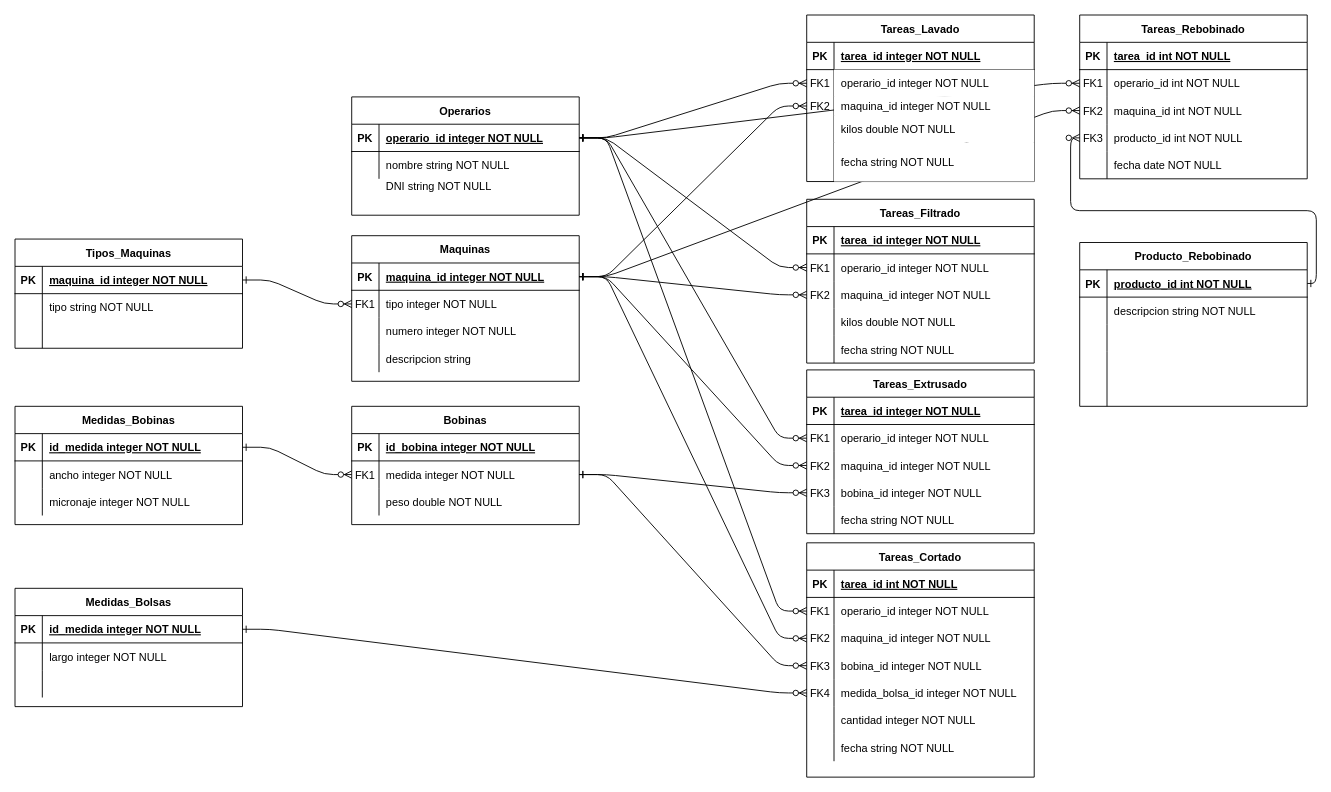
This is Bolsaco/Other/DBDiagram.drawio from maurocipo/Bolsaco, a draw.io file, before an edit. Source tidied: cells renumbered, new cells numbered last; positions are measured from the earlier drawing's top-left corner, leaving out a move shared by most shapes. Both pictures are drawn from the tidied source at 91%, with x=0, y=0 at pixel (15, 15).
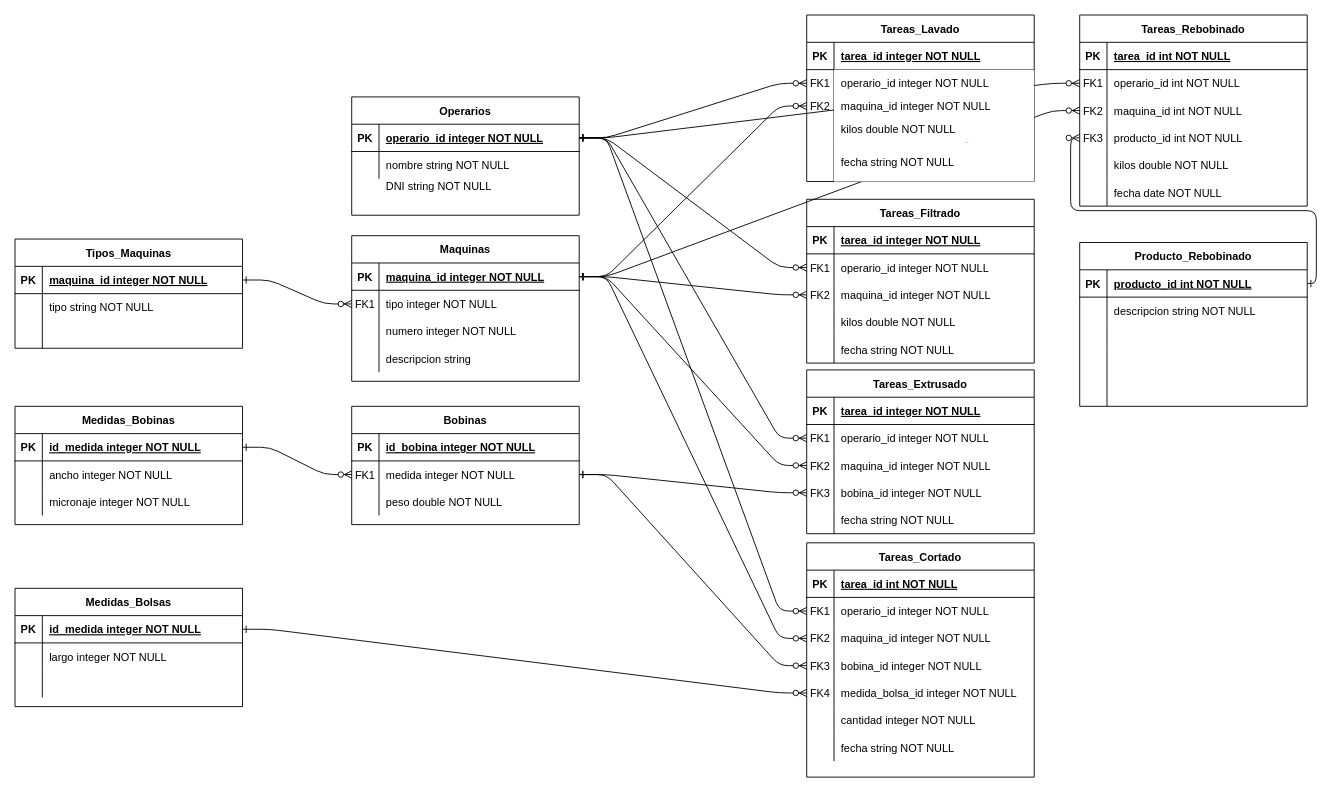
The same page after the edit.

The edit, as a diff of the source:
```diff
@@
     <mxCell id="120" value="Tareas_Rebobinado" style="shape=table;startSize=30;childLayout=tableLayout;rowLines=0;fontStyle=1;align=center;" parent="1" vertex="1">
-      <mxGeometry x="1170" width="250" height="180" as="geometry" />
+      <mxGeometry x="1170" width="250" height="210" as="geometry" />
     </mxCell>
@@
+    <mxCell id="183" style="shape=partialRectangle;fillColor=none;top=0;left=0;right=0;bottom=0;" parent="120" vertex="1">
+      <mxGeometry y="150" width="250" height="30" as="geometry" />
+    </mxCell>
+    <mxCell id="184" style="shape=partialRectangle;overflow=hidden;fillColor=none;top=0;left=0;bottom=0;right=0;" parent="183" vertex="1">
+      <mxGeometry width="30" height="30" as="geometry" />
+    </mxCell>
+    <mxCell id="185" value="kilos double NOT NULL" style="shape=partialRectangle;overflow=hidden;fillColor=none;top=0;left=0;bottom=0;right=0;align=left;spacingLeft=6;" parent="183" vertex="1">
+      <mxGeometry x="30" width="220" height="30" as="geometry" />
+    </mxCell>
     <mxCell id="133" style="shape=partialRectangle;fillColor=none;top=0;left=0;right=0;bottom=0;" parent="120" vertex="1">
-      <mxGeometry y="150" width="250" height="30" as="geometry" />
+      <mxGeometry y="180" width="250" height="30" as="geometry" />
     </mxCell>
```
